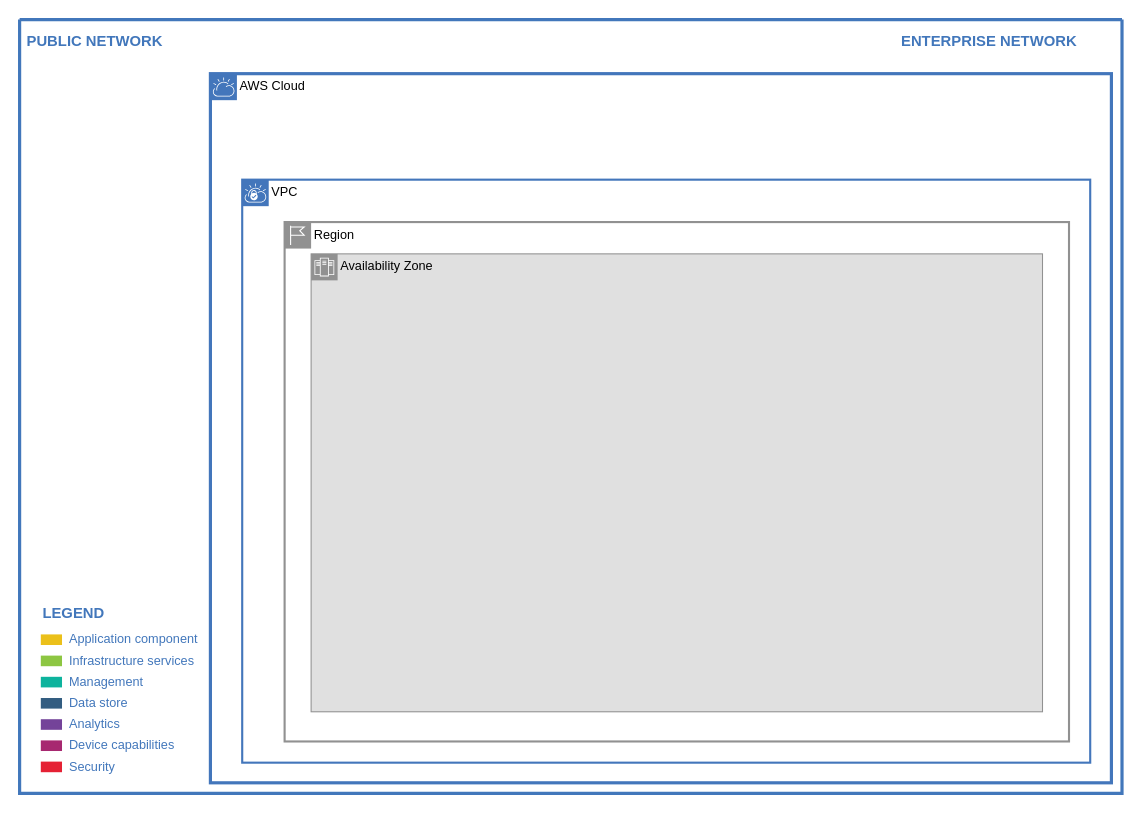
Above: Hello World.drawio in jmcabandara/Assignment-TTO (draw.io), before the change. Source tidied: cells renumbered, new cells numbered last; positions are measured from the earlier drawing's top-left corner, leaving out a move shared by most shapes. Both pictures are drawn from the tidied source at 106%, with x=0, y=0 at pixel (19, 19).
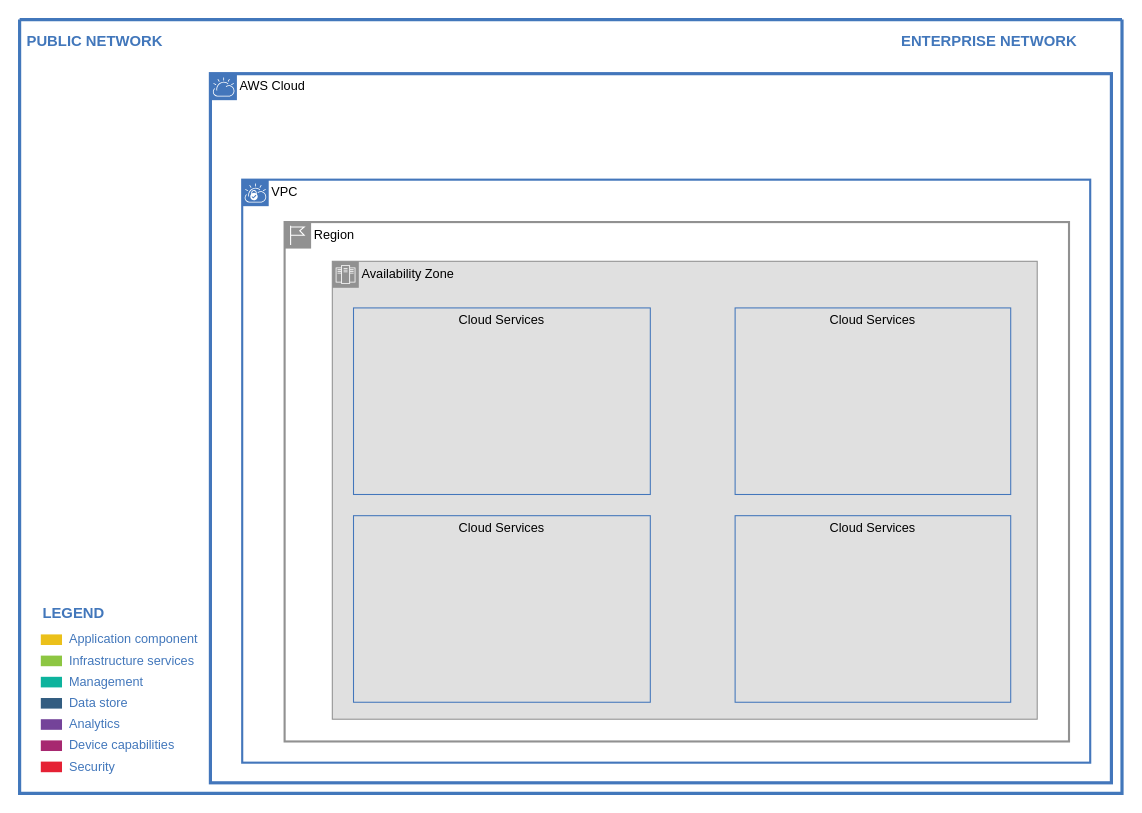
The same diagram, later.

Unchanged cells that the change refers to:
```xml
<mxCell id="15" value="Region" style="shape=mxgraph.ibm.box;prType=region;fontStyle=0;verticalAlign=top;align=left;spacingLeft=32;spacingTop=4;fillColor=none;rounded=0;whiteSpace=wrap;html=1;strokeColor=#919191;strokeWidth=2;dashed=0;spacing=-4;" parent="14" vertex="1">
  <mxGeometry x="40" y="40" width="740" height="490" as="geometry" />
</mxCell>
```

The edit, as a diff of the source:
```diff
@@
     <mxCell id="16" value="Availability Zone" style="shape=mxgraph.ibm.box;prType=zone;fontStyle=0;verticalAlign=top;align=left;spacingLeft=32;spacingTop=4;fillColor=#E0E0E0;rounded=0;whiteSpace=wrap;html=1;strokeColor=#919191;strokeWidth=1;dashed=0;spacing=-4;" parent="15" vertex="1">
-      <mxGeometry x="25" y="30" width="690" height="432" as="geometry" />
+      <mxGeometry x="45" y="37" width="665" height="432" as="geometry" />
     </mxCell>
+    <mxCell id="17" value="Cloud Services" style="fontStyle=0;verticalAlign=top;align=center;spacingTop=-2;fillColor=none;rounded=0;whiteSpace=wrap;html=1;strokeColor=#4376BB;strokeWidth=1;dashed=0;" parent="16" vertex="1">
+      <mxGeometry x="20" y="44" width="280" height="176" as="geometry" />
+    </mxCell>
+    <mxCell id="18" value="Cloud Services" style="fontStyle=0;verticalAlign=top;align=center;spacingTop=-2;fillColor=none;rounded=0;whiteSpace=wrap;html=1;strokeColor=#4376BB;strokeWidth=1;dashed=0;" parent="16" vertex="1">
+      <mxGeometry x="380" y="44" width="260" height="176" as="geometry" />
+    </mxCell>
+    <mxCell id="19" value="Cloud Services" style="fontStyle=0;verticalAlign=top;align=center;spacingTop=-2;fillColor=none;rounded=0;whiteSpace=wrap;html=1;strokeColor=#4376BB;strokeWidth=1;dashed=0;" parent="16" vertex="1">
+      <mxGeometry x="20" y="240" width="280" height="176" as="geometry" />
+    </mxCell>
+    <mxCell id="20" value="Cloud Services" style="fontStyle=0;verticalAlign=top;align=center;spacingTop=-2;fillColor=none;rounded=0;whiteSpace=wrap;html=1;strokeColor=#4376BB;strokeWidth=1;dashed=0;" parent="16" vertex="1">
+      <mxGeometry x="380" y="240" width="260" height="176" as="geometry" />
+    </mxCell>
```
